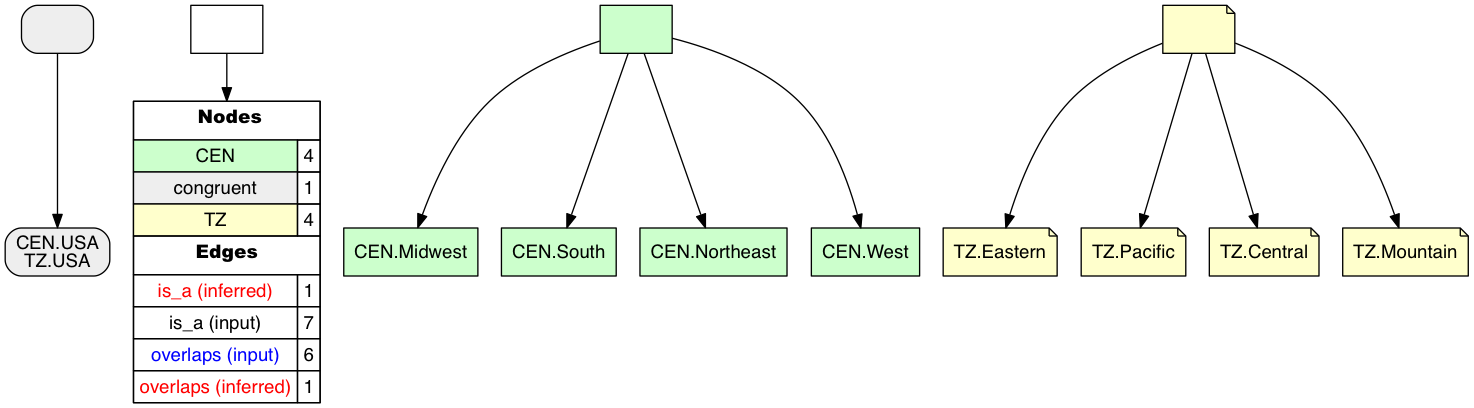
qwang70/GraphVizDotToDatabaseParsing keeps this Graphviz diagram as example/regional_nodes.png. Above is the earlier version. Its source is kept beside it as example/regional_nodes.dot. Source of this version:
```dot
digraph{
rankdir=TB
n0 [fontname="helvetica", fillcolor="#EEEEEE", shape=box, style="filled,rounded", label=""];
n1 [fontname="helvetica", fillcolor="#EEEEEE", shape=box, style="filled,rounded", label="CEN.USA\nTZ.USA"];
n0 -> n1;
n2 [fontname="helvetica", shape=box, fillcolor=white, style=filled, margin=0, label=""];
n3 [fontname="helvetica", shape=box, fillcolor=white, style=filled, margin=0, label=<
 <TABLE BORDER="0" CELLBORDER="1" CELLSPACING="0" CELLPADDING="4">
<TR> <TD COLSPAN="2"><font face="Arial Black"> Nodes</font></TD> </TR>
<TR>
 <TD bgcolor="#CCFFCC" fontname="helvetica">CEN</TD>
 <TD>4</TD>
 </TR>
<TR>
 <TD bgcolor="#EEEEEE" fontname="helvetica">congruent</TD>
 <TD>1</TD>
 </TR>
<TR>
 <TD bgcolor="#FFFFCC" fontname="helvetica">TZ</TD>
 <TD>4</TD>
 </TR>
<TR> <TD COLSPAN="2"><font face = "Arial Black"> Edges </font></TD> </TR>
<TR>
 <TD><font color ="#FF0000">is_a (inferred)</font></TD><TD>1</TD>
</TR>
<TR>
 <TD><font color ="#000000">is_a (input)</font></TD><TD>7</TD>
</TR>
<TR>
 <TD><font color ="#0000FF">overlaps (input)</font></TD><TD>6</TD>
</TR>
<TR>
 <TD><font color ="#FF0000">overlaps (inferred)</font></TD><TD>1</TD>
</TR>
</TABLE>
 >];
n2 -> n3;
n4 [fontname="helvetica", shape=box, style=filled, fillcolor="#CCFFCC", label=""];
n5 [fontname="helvetica", shape=box, style=filled, fillcolor="#CCFFCC", label="CEN.Midwest"];
n4 -> n5;
n6 [fontname="helvetica", shape=box, style=filled, fillcolor="#CCFFCC", label="CEN.South"];
n4 -> n6;
n7 [fontname="helvetica", shape=box, style=filled, fillcolor="#CCFFCC", label="CEN.Northeast"];
n4 -> n7;
n8 [fontname="helvetica", shape=box, style=filled, fillcolor="#CCFFCC", label="CEN.West"];
n4 -> n8;
n9 [fontname="helvetica", fillcolor="#FFFFCC", style=filled, shape=note, label=""];
n10 [fontname="helvetica", fillcolor="#FFFFCC", style=filled, shape=note, label="TZ.Eastern"];
n9 -> n10;
n11 [fontname="helvetica", fillcolor="#FFFFCC", style=filled, shape=note, label="TZ.Pacific"];
n9 -> n11;
n12 [fontname="helvetica", fillcolor="#FFFFCC", style=filled, shape=note, label="TZ.Central"];
n9 -> n12;
n13 [fontname="helvetica", fillcolor="#FFFFCC", style=filled, shape=note, label="TZ.Mountain"];
n9 -> n13;

}

```
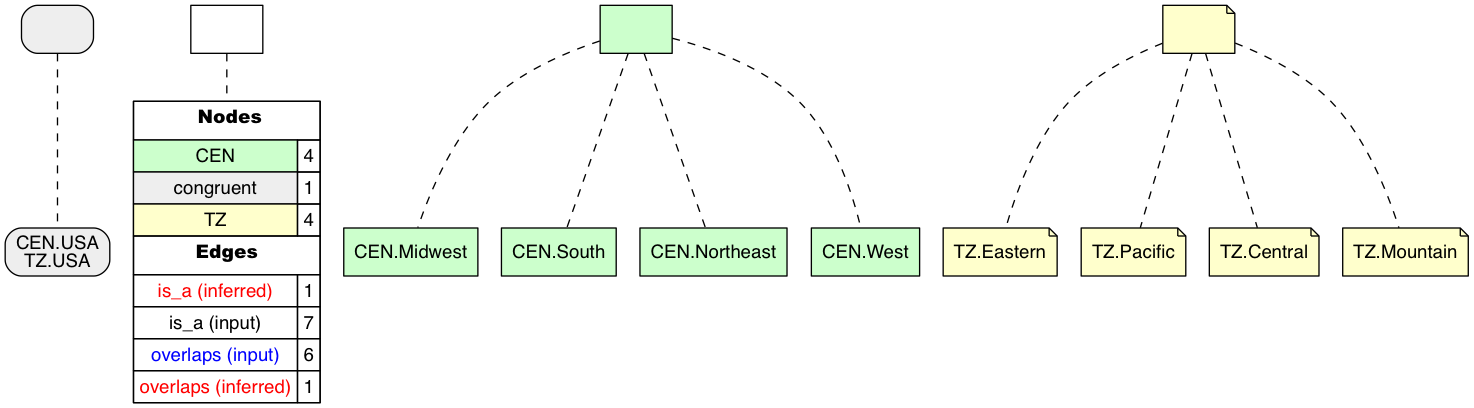
After the commit.

What changed in the source:
```diff
@@ -1,10 +1,11 @@
-digraph{
+graph{
 rankdir=TB
-n0 [fontname="helvetica", fillcolor="#EEEEEE", shape=box, style="filled,rounded", label=""];
-n1 [fontname="helvetica", fillcolor="#EEEEEE", shape=box, style="filled,rounded", label="CEN.USA\nTZ.USA"];
-n0 -> n1;
-n2 [fontname="helvetica", shape=box, fillcolor=white, style=filled, margin=0, label=""];
-n3 [fontname="helvetica", shape=box, fillcolor=white, style=filled, margin=0, label=<
+edge [style=dashed]
+n0 [style="filled,rounded", fillcolor="#EEEEEE", shape=box, fontname="helvetica", label=""];
+n1 [style="filled,rounded", fillcolor="#EEEEEE", shape=box, fontname="helvetica", label="CEN.USA\nTZ.USA"];
+n0 -- n1;
+n2 [fillcolor=white, style=filled, shape=box, margin=0, fontname="helvetica", label=""];
+n3 [fillcolor=white, style=filled, shape=box, margin=0, fontname="helvetica", label=<
  <TABLE BORDER="0" CELLBORDER="1" CELLSPACING="0" CELLPADDING="4">
 <TR> <TD COLSPAN="2"><font face="Arial Black"> Nodes</font></TD> </TR>
 <TR>
@@ -34,25 +35,25 @@
 </TR>
 </TABLE>
  >];
-n2 -> n3;
-n4 [fontname="helvetica", shape=box, style=filled, fillcolor="#CCFFCC", label=""];
-n5 [fontname="helvetica", shape=box, style=filled, fillcolor="#CCFFCC", label="CEN.Midwest"];
-n4 -> n5;
-n6 [fontname="helvetica", shape=box, style=filled, fillcolor="#CCFFCC", label="CEN.South"];
-n4 -> n6;
-n7 [fontname="helvetica", shape=box, style=filled, fillcolor="#CCFFCC", label="CEN.Northeast"];
-n4 -> n7;
-n8 [fontname="helvetica", shape=box, style=filled, fillcolor="#CCFFCC", label="CEN.West"];
-n4 -> n8;
-n9 [fontname="helvetica", fillcolor="#FFFFCC", style=filled, shape=note, label=""];
-n10 [fontname="helvetica", fillcolor="#FFFFCC", style=filled, shape=note, label="TZ.Eastern"];
-n9 -> n10;
-n11 [fontname="helvetica", fillcolor="#FFFFCC", style=filled, shape=note, label="TZ.Pacific"];
-n9 -> n11;
-n12 [fontname="helvetica", fillcolor="#FFFFCC", style=filled, shape=note, label="TZ.Central"];
-n9 -> n12;
-n13 [fontname="helvetica", fillcolor="#FFFFCC", style=filled, shape=note, label="TZ.Mountain"];
-n9 -> n13;
+n2 -- n3;
+n4 [fillcolor="#CCFFCC", style=filled, shape=box, fontname="helvetica", label=""];
+n5 [fillcolor="#CCFFCC", style=filled, shape=box, fontname="helvetica", label="CEN.Midwest"];
+n4 -- n5;
+n6 [fillcolor="#CCFFCC", style=filled, shape=box, fontname="helvetica", label="CEN.South"];
+n4 -- n6;
+n7 [fillcolor="#CCFFCC", style=filled, shape=box, fontname="helvetica", label="CEN.Northeast"];
+n4 -- n7;
+n8 [fillcolor="#CCFFCC", style=filled, shape=box, fontname="helvetica", label="CEN.West"];
+n4 -- n8;
+n9 [fillcolor="#FFFFCC", style=filled, shape=note, fontname="helvetica", label=""];
+n10 [fillcolor="#FFFFCC", style=filled, shape=note, fontname="helvetica", label="TZ.Eastern"];
+n9 -- n10;
+n11 [fillcolor="#FFFFCC", style=filled, shape=note, fontname="helvetica", label="TZ.Pacific"];
+n9 -- n11;
+n12 [fillcolor="#FFFFCC", style=filled, shape=note, fontname="helvetica", label="TZ.Central"];
+n9 -- n12;
+n13 [fillcolor="#FFFFCC", style=filled, shape=note, fontname="helvetica", label="TZ.Mountain"];
+n9 -- n13;
 
 }
 
```
